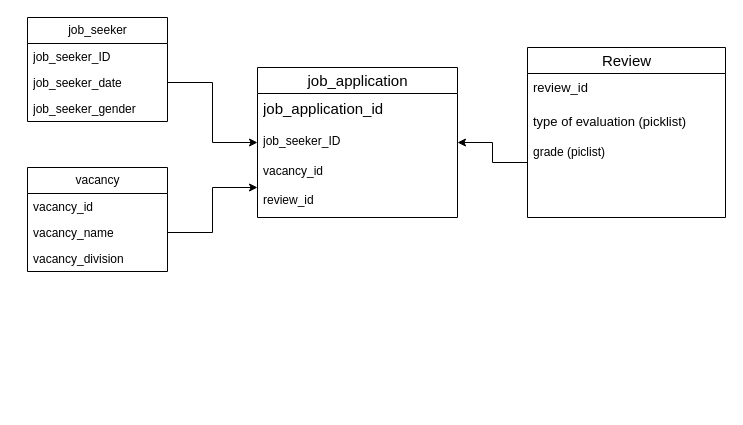
The draw.io diagram Диаграмма без названия.drawio in stanislav-email/second-project, before the edit. Source tidied: cells renumbered, new cells numbered last; positions are measured from the earlier drawing's top-left corner, leaving out a move shared by most shapes. Both pictures are drawn from the tidied source at 100%, with x=0, y=0 at pixel (27, 17).
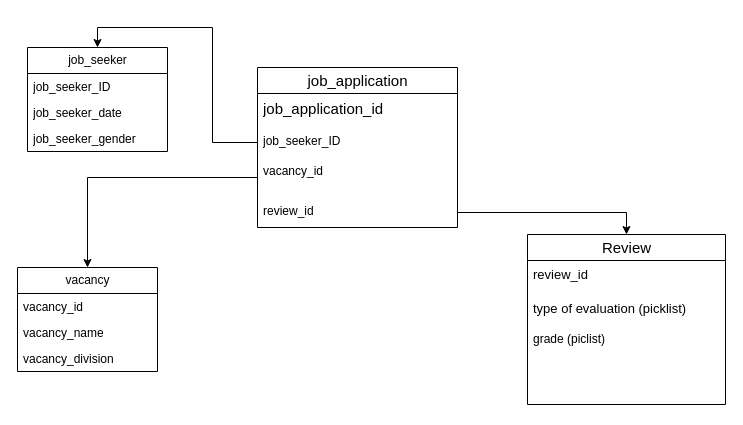
The same diagram, later.

The change refers to these unchanged cells:
```xml
<mxCell id="4" value="&lt;span style=&quot;text-align: center;&quot;&gt;job_seeker_date&lt;/span&gt;" style="text;strokeColor=none;fillColor=none;align=left;verticalAlign=top;spacingLeft=4;spacingRight=4;overflow=hidden;points=[[0,0.5],[1,0.5]];portConstraint=eastwest;whiteSpace=wrap;html=1;" parent="2" vertex="1">
  <mxGeometry y="52" width="140" height="26" as="geometry" />
</mxCell>
<mxCell id="8" value="vacancy_name" style="text;strokeColor=none;fillColor=none;align=left;verticalAlign=top;spacingLeft=4;spacingRight=4;overflow=hidden;points=[[0,0.5],[1,0.5]];portConstraint=eastwest;whiteSpace=wrap;html=1;" parent="6" vertex="1">
  <mxGeometry y="52" width="140" height="26" as="geometry" />
</mxCell>
<mxCell id="12" value="&lt;span style=&quot;font-size: 13px;&quot;&gt;type of evaluation (picklist)&lt;br&gt;&lt;br&gt;&lt;/span&gt;grade (piclist)&lt;br&gt;&lt;br&gt;" style="text;strokeColor=none;fillColor=none;align=left;verticalAlign=top;spacingLeft=4;spacingRight=4;overflow=hidden;points=[[0,0.5],[1,0.5]];portConstraint=eastwest;whiteSpace=wrap;html=1;" parent="10" vertex="1">
  <mxGeometry y="60" width="198" height="110" as="geometry" />
</mxCell>
<mxCell id="15" value="&lt;span style=&quot;border-color: var(--border-color); text-align: center;&quot;&gt;job_seeker_&lt;/span&gt;ID" style="text;strokeColor=none;fillColor=none;align=left;verticalAlign=top;spacingLeft=4;spacingRight=4;overflow=hidden;points=[[0,0.5],[1,0.5]];portConstraint=eastwest;whiteSpace=wrap;html=1;" parent="13" vertex="1">
  <mxGeometry y="60" width="200" height="30" as="geometry" />
</mxCell>
```

Change to the diagram source:
```diff
@@
     <mxCell id="2" value="&lt;span style=&quot;&quot;&gt;job_seeker&lt;/span&gt;" style="swimlane;fontStyle=0;horizontal=1;startSize=26;fillColor=none;html=1;" parent="1" vertex="1">
-      <mxGeometry width="140" height="104" as="geometry" />
+      <mxGeometry y="30" width="140" height="104" as="geometry" />
     </mxCell>
@@
     <mxCell id="6" value="&lt;span style=&quot;&quot;&gt;vacancy&lt;/span&gt;" style="swimlane;fontStyle=0;horizontal=1;startSize=26;fillColor=none;html=1;" parent="1" vertex="1">
-      <mxGeometry y="150" width="140" height="104" as="geometry" />
+      <mxGeometry x="-10" y="250" width="140" height="104" as="geometry" />
     </mxCell>
@@
     <mxCell id="10" value="&lt;span style=&quot;font-size: 15px; text-align: left;&quot;&gt;Review&lt;/span&gt;" style="swimlane;fontStyle=0;horizontal=1;startSize=26;fillColor=none;html=1;" parent="1" vertex="1">
-      <mxGeometry x="500" y="30" width="198" height="170" as="geometry" />
+      <mxGeometry x="500" y="217" width="198" height="170" as="geometry" />
     </mxCell>
@@
     <mxCell id="13" value="&lt;div style=&quot;text-align: left;&quot;&gt;&lt;span style=&quot;background-color: initial; font-size: 15px;&quot;&gt;job_application&lt;/span&gt;&lt;/div&gt;" style="swimlane;fontStyle=0;horizontal=1;startSize=26;fillColor=none;html=1;" parent="1" vertex="1">
-      <mxGeometry x="230" y="50" width="200" height="150" as="geometry" />
+      <mxGeometry x="230" y="50" width="200" height="160" as="geometry" />
     </mxCell>
@@
+    <mxCell id="20" value="vacancy_id" style="text;strokeColor=none;fillColor=none;align=left;verticalAlign=top;spacingLeft=4;spacingRight=4;overflow=hidden;points=[[0,0.5],[1,0.5]];portConstraint=eastwest;whiteSpace=wrap;html=1;" parent="13" vertex="1">
+      <mxGeometry y="90" width="200" height="40" as="geometry" />
+    </mxCell>
-    <mxCell id="16" value="vacancy_id&lt;br&gt;&lt;br&gt;review_id" style="text;strokeColor=none;fillColor=none;align=left;verticalAlign=top;spacingLeft=4;spacingRight=4;overflow=hidden;points=[[0,0.5],[1,0.5]];portConstraint=eastwest;whiteSpace=wrap;html=1;" parent="13" vertex="1">
-      <mxGeometry y="90" width="200" height="60" as="geometry" />
+    <mxCell id="16" value="review_id" style="text;strokeColor=none;fillColor=none;align=left;verticalAlign=top;spacingLeft=4;spacingRight=4;overflow=hidden;points=[[0,0.5],[1,0.5]];portConstraint=eastwest;whiteSpace=wrap;html=1;" parent="13" vertex="1">
+      <mxGeometry y="130" width="200" height="30" as="geometry" />
     </mxCell>
-    <mxCell id="17" style="edgeStyle=orthogonalEdgeStyle;rounded=0;jettySize=auto;html=1;exitX=1;exitY=0.5;exitDx=0;exitDy=0;entryX=0;entryY=0.5;entryDx=0;entryDy=0;" parent="1" edge="1" source="4" target="13">
-      <mxGeometry relative="1" as="geometry" />
-    </mxCell>
-    <mxCell id="18" style="edgeStyle=orthogonalEdgeStyle;rounded=0;jettySize=auto;html=1;entryX=0;entryY=0.5;entryDx=0;entryDy=0;" parent="1" edge="1" source="8" target="16">
-      <mxGeometry relative="1" as="geometry" />
-    </mxCell>
-    <mxCell id="19" style="edgeStyle=orthogonalEdgeStyle;rounded=0;jettySize=auto;html=1;entryX=1;entryY=0.5;entryDx=0;entryDy=0;" parent="1" edge="1" source="12" target="15">
-      <mxGeometry relative="1" as="geometry" />
-    </mxCell>
+    <mxCell id="21" style="edgeStyle=orthogonalEdgeStyle;rounded=0;jettySize=auto;html=1;entryX=0.5;entryY=0;entryDx=0;entryDy=0;" parent="1" edge="1" source="20" target="6">
+      <mxGeometry relative="1" as="geometry" />
+    </mxCell>
+    <mxCell id="22" style="edgeStyle=orthogonalEdgeStyle;rounded=0;jettySize=auto;html=1;entryX=0.5;entryY=0;entryDx=0;entryDy=0;" parent="1" edge="1" source="15" target="2">
+      <mxGeometry relative="1" as="geometry" />
+    </mxCell>
+    <mxCell id="23" style="edgeStyle=orthogonalEdgeStyle;rounded=0;jettySize=auto;html=1;entryX=0.5;entryY=0;entryDx=0;entryDy=0;" parent="1" edge="1" source="16" target="10">
+      <mxGeometry relative="1" as="geometry" />
+    </mxCell>
```
